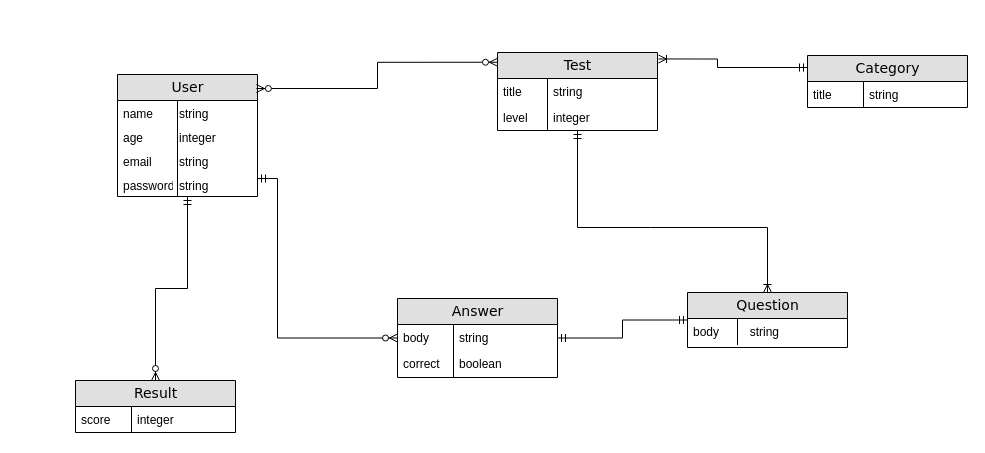
Earlier version of the draw.io diagram ER-diagram_TestGuru.drawio (xenogear-vexcon/TestGuru). Source tidied: cells renumbered, new cells numbered last; positions are measured from the earlier drawing's top-left corner, leaving out a move shared by most shapes. Both pictures are drawn from the tidied source at 100%, with x=0, y=0 at pixel (75, 52).
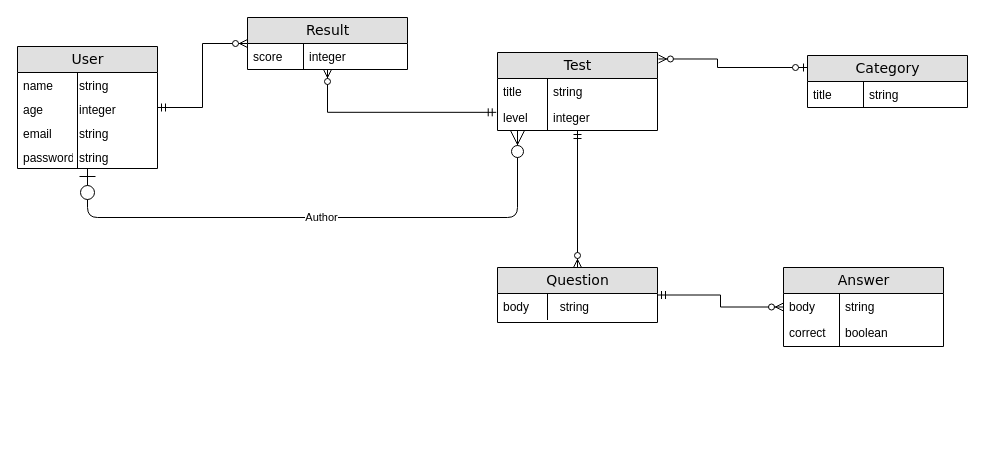
The same diagram, later.

The change refers to these unchanged cells:
```xml
<mxCell id="12" value="Test" style="swimlane;html=1;fontStyle=0;horizontal=1;startSize=26;fillColor=#e0e0e0;swimlaneFillColor=#ffffff;align=center;rounded=0;shadow=0;comic=0;labelBackgroundColor=none;strokeColor=#000000;strokeWidth=1;fontFamily=Verdana;fontSize=14;fontColor=#000000;swimlaneLine=1;" parent="1" vertex="1">
  <mxGeometry x="422" width="160" height="78" as="geometry" />
</mxCell>
<mxCell id="15" value="&amp;nbsp; &amp;nbsp; &amp;nbsp; integer" style="shape=partialRectangle;top=0;left=0;right=0;bottom=0;html=1;align=left;verticalAlign=top;fillColor=none;spacingLeft=34;spacingRight=4;whiteSpace=wrap;overflow=hidden;points=[[0,0.5],[1,0.5]];portConstraint=eastwest;" parent="12" vertex="1">
  <mxGeometry y="52" width="160" height="26" as="geometry" />
</mxCell>
<mxCell id="22" value="Category" style="swimlane;html=1;fontStyle=0;horizontal=1;startSize=26;fillColor=#e0e0e0;swimlaneFillColor=#ffffff;align=center;rounded=0;shadow=0;comic=0;labelBackgroundColor=none;strokeColor=#000000;strokeWidth=1;fontFamily=Verdana;fontSize=14;fontColor=#000000;" parent="1" vertex="1">
  <mxGeometry x="732" y="3" width="160" height="52" as="geometry" />
</mxCell>
```

Change to the diagram source:
```diff
@@
     <mxCell id="2" value="User" style="swimlane;html=1;fontStyle=0;horizontal=1;startSize=26;fillColor=#e0e0e0;swimlaneFillColor=#ffffff;align=center;rounded=0;shadow=0;comic=0;labelBackgroundColor=none;strokeColor=#000000;strokeWidth=1;fontFamily=Verdana;fontSize=14;fontColor=#000000;" parent="1" vertex="1">
-      <mxGeometry x="42" y="22" width="140" height="122" as="geometry" />
+      <mxGeometry x="-58" y="-6" width="140" height="122" as="geometry" />
     </mxCell>
@@
-    <mxCell id="11" style="edgeStyle=orthogonalEdgeStyle;rounded=0;jettySize=auto;html=1;entryX=0.992;entryY=0.115;entryDx=0;entryDy=0;entryPerimeter=0;exitX=0;exitY=0.125;exitDx=0;exitDy=0;exitPerimeter=0;endArrow=ERzeroToMany;endFill=1;startArrow=ERzeroToMany;startFill=1;" parent="1" edge="1" source="12" target="2">
-      <mxGeometry relative="1" as="geometry" />
-    </mxCell>
@@
-    <mxCell id="17" style="edgeStyle=orthogonalEdgeStyle;rounded=0;jettySize=auto;html=1;startArrow=ERoneToMany;startFill=0;endArrow=ERmandOne;endFill=0;" parent="1" edge="1" source="18" target="12">
-      <mxGeometry relative="1" as="geometry">
-        <Array as="points">
-          <mxPoint x="575" y="175" />
-          <mxPoint x="392" y="175" />
-        </Array>
-      </mxGeometry>
+    <mxCell id="17" style="edgeStyle=orthogonalEdgeStyle;rounded=0;jettySize=auto;html=1;startArrow=ERzeroToMany;startFill=1;endArrow=ERmandOne;endFill=0;" parent="1" edge="1" source="18" target="12">
+      <mxGeometry relative="1" as="geometry" />
     </mxCell>
     <mxCell id="18" value="Question" style="swimlane;html=1;fontStyle=0;horizontal=1;startSize=26;fillColor=#e0e0e0;swimlaneFillColor=#ffffff;align=center;rounded=0;shadow=0;comic=0;labelBackgroundColor=none;strokeColor=#000000;strokeWidth=1;fontFamily=Verdana;fontSize=14;fontColor=#000000;" parent="1" vertex="1">
-      <mxGeometry x="612" y="240" width="160" height="55" as="geometry" />
+      <mxGeometry x="422" y="215" width="160" height="55" as="geometry" />
     </mxCell>
@@
-    <mxCell id="21" style="edgeStyle=orthogonalEdgeStyle;rounded=0;jettySize=auto;html=1;entryX=1.006;entryY=0.083;entryDx=0;entryDy=0;entryPerimeter=0;startArrow=ERmandOne;startFill=0;endArrow=ERoneToMany;endFill=0;" parent="1" edge="1" source="22" target="12">
+    <mxCell id="21" style="edgeStyle=orthogonalEdgeStyle;rounded=0;jettySize=auto;html=1;entryX=1.006;entryY=0.083;entryDx=0;entryDy=0;entryPerimeter=0;startArrow=ERzeroToOne;startFill=1;endArrow=ERzeroToMany;endFill=1;" parent="1" edge="1" source="22" target="12">
       <mxGeometry relative="1" as="geometry">
         <Array as="points">
           <mxPoint x="642" y="15" />
           <mxPoint x="642" y="6" />
         </Array>
       </mxGeometry>
     </mxCell>
@@
-    <mxCell id="25" style="edgeStyle=orthogonalEdgeStyle;rounded=0;jettySize=auto;html=1;startArrow=ERmandOne;startFill=0;endArrow=ERmandOne;endFill=0;" parent="1" edge="1" source="27" target="18">
+    <mxCell id="25" style="edgeStyle=orthogonalEdgeStyle;rounded=0;jettySize=auto;html=1;startArrow=ERzeroToMany;startFill=1;endArrow=ERmandOne;endFill=0;" parent="1" edge="1" source="27" target="18">
       <mxGeometry relative="1" as="geometry" />
     </mxCell>
-    <mxCell id="26" style="edgeStyle=orthogonalEdgeStyle;rounded=0;jettySize=auto;html=1;startArrow=ERzeroToMany;startFill=1;endArrow=ERmandOne;endFill=0;" parent="1" edge="1" source="27" target="2">
-      <mxGeometry relative="1" as="geometry">
-        <Array as="points">
-          <mxPoint x="202" y="126" />
-        </Array>
-      </mxGeometry>
-    </mxCell>
     <mxCell id="27" value="Answer" style="swimlane;html=1;fontStyle=0;horizontal=1;startSize=26;fillColor=#e0e0e0;swimlaneFillColor=#ffffff;align=center;rounded=0;shadow=0;comic=0;labelBackgroundColor=none;strokeColor=#000000;strokeWidth=1;fontFamily=Verdana;fontSize=14;fontColor=#000000;" parent="1" vertex="1">
-      <mxGeometry x="322" y="246" width="160" height="79" as="geometry" />
+      <mxGeometry x="708" y="215" width="160" height="79" as="geometry" />
     </mxCell>
@@
+    <mxCell id="36" style="edgeStyle=orthogonalEdgeStyle;rounded=0;jettySize=auto;html=1;entryX=-0.008;entryY=0.301;entryDx=0;entryDy=0;entryPerimeter=0;startArrow=ERzeroToMany;startFill=1;endArrow=ERmandOne;endFill=0;" parent="1" edge="1" source="33" target="15">
+      <mxGeometry relative="1" as="geometry" />
+    </mxCell>
     <mxCell id="33" value="Result" style="swimlane;html=1;fontStyle=0;horizontal=1;startSize=26;fillColor=#e0e0e0;swimlaneFillColor=#ffffff;align=center;rounded=0;shadow=0;comic=0;labelBackgroundColor=none;strokeColor=#000000;strokeWidth=1;fontFamily=Verdana;fontSize=14;fontColor=#000000;" parent="1" vertex="1">
-      <mxGeometry y="328" width="160" height="52" as="geometry" />
+      <mxGeometry x="172" y="-35" width="160" height="52" as="geometry" />
     </mxCell>
@@
+    <mxCell id="37" value="Author" style="endArrow=ERzeroToMany;html=1;endSize=12;startArrow=ERzeroToOne;startSize=14;startFill=1;edgeStyle=orthogonalEdgeStyle;endFill=1;" parent="1" edge="1" source="2" target="12">
+      <mxGeometry relative="1" as="geometry">
+        <Array as="points">
+          <mxPoint x="12" y="165" />
+          <mxPoint x="442" y="165" />
+        </Array>
+      </mxGeometry>
+    </mxCell>
```
